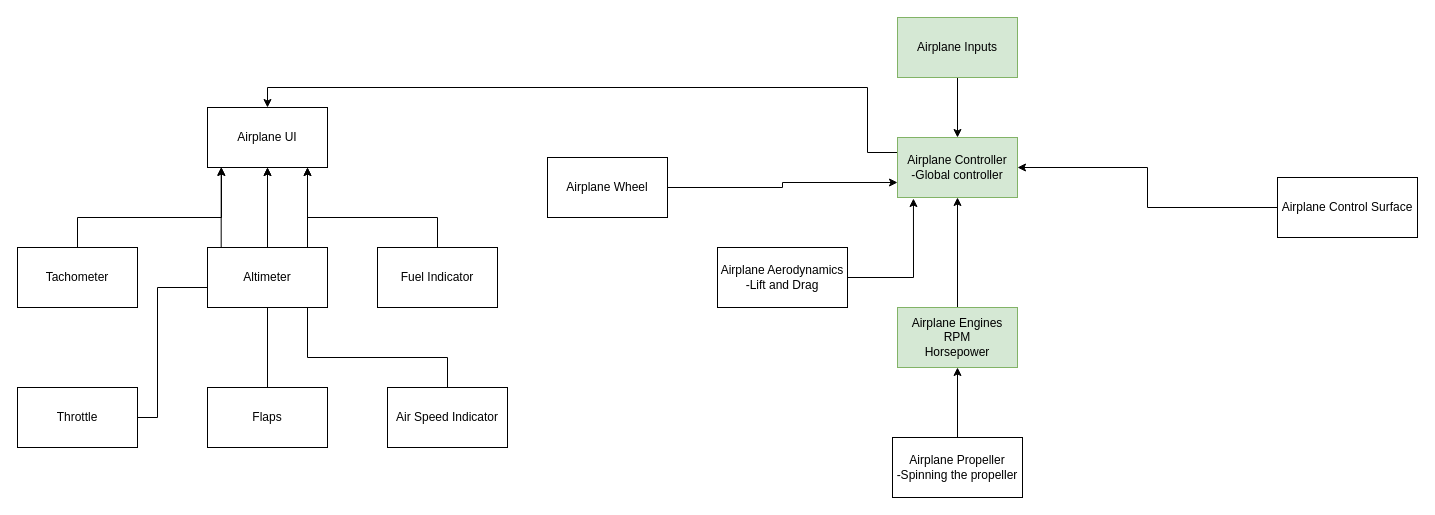
This is Airplane Physics.drawio from sydney06/Draw.io, a draw.io file, before an edit. Source tidied: cells renumbered, new cells numbered last; positions are measured from the earlier drawing's top-left corner, leaving out a move shared by most shapes. Both pictures are drawn from the tidied source at 100%, with x=0, y=0 at pixel (17, 17).
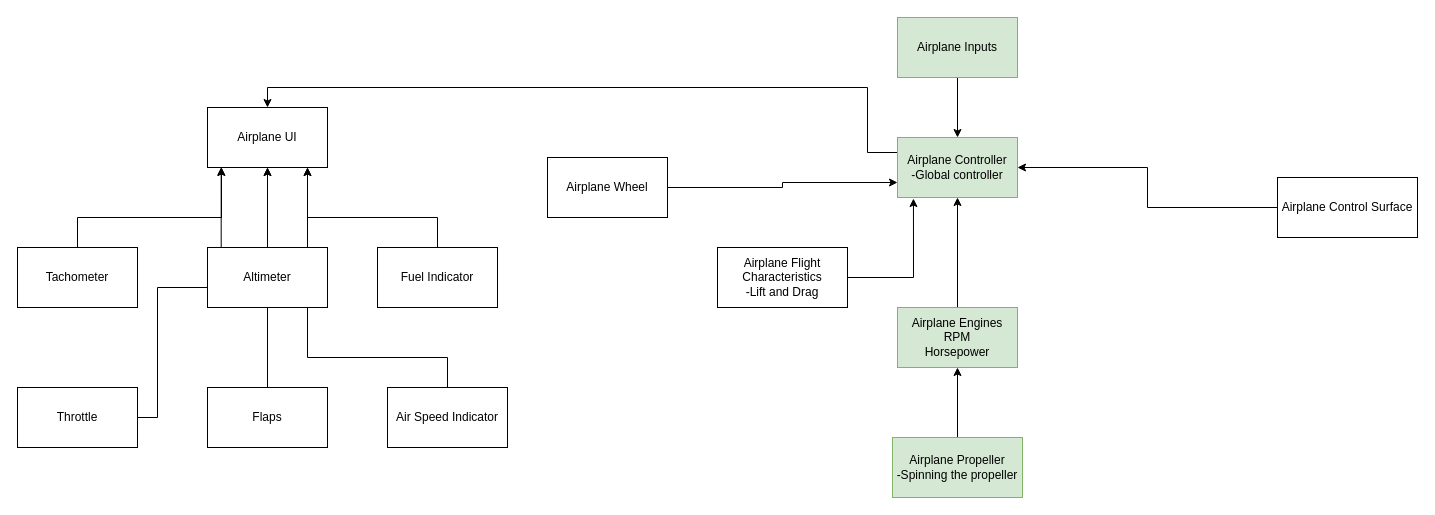
After the change.

The edit, as a diff of the source:
```diff
@@
-    <mxCell id="7" value="Airplane Aerodynamics&lt;br&gt;-Lift and Drag" style="rounded=0;whiteSpace=wrap;html=1;" parent="1" vertex="1">
+    <mxCell id="7" value="Airplane Flight Characteristics&lt;br&gt;-Lift and Drag" style="rounded=0;whiteSpace=wrap;html=1;" parent="1" vertex="1">
       <mxGeometry x="700" y="230" width="130" height="60" as="geometry" />
     </mxCell>
@@
-    <mxCell id="11" value="Airplane Propeller&lt;br&gt;-Spinning the propeller" style="rounded=0;whiteSpace=wrap;html=1;" parent="1" vertex="1">
+    <mxCell id="11" value="Airplane Propeller&lt;br&gt;-Spinning the propeller" style="rounded=0;whiteSpace=wrap;html=1;fillColor=#d5e8d4;strokeColor=#82b366;" parent="1" vertex="1">
       <mxGeometry x="875" y="420" width="130" height="60" as="geometry" />
     </mxCell>
```
